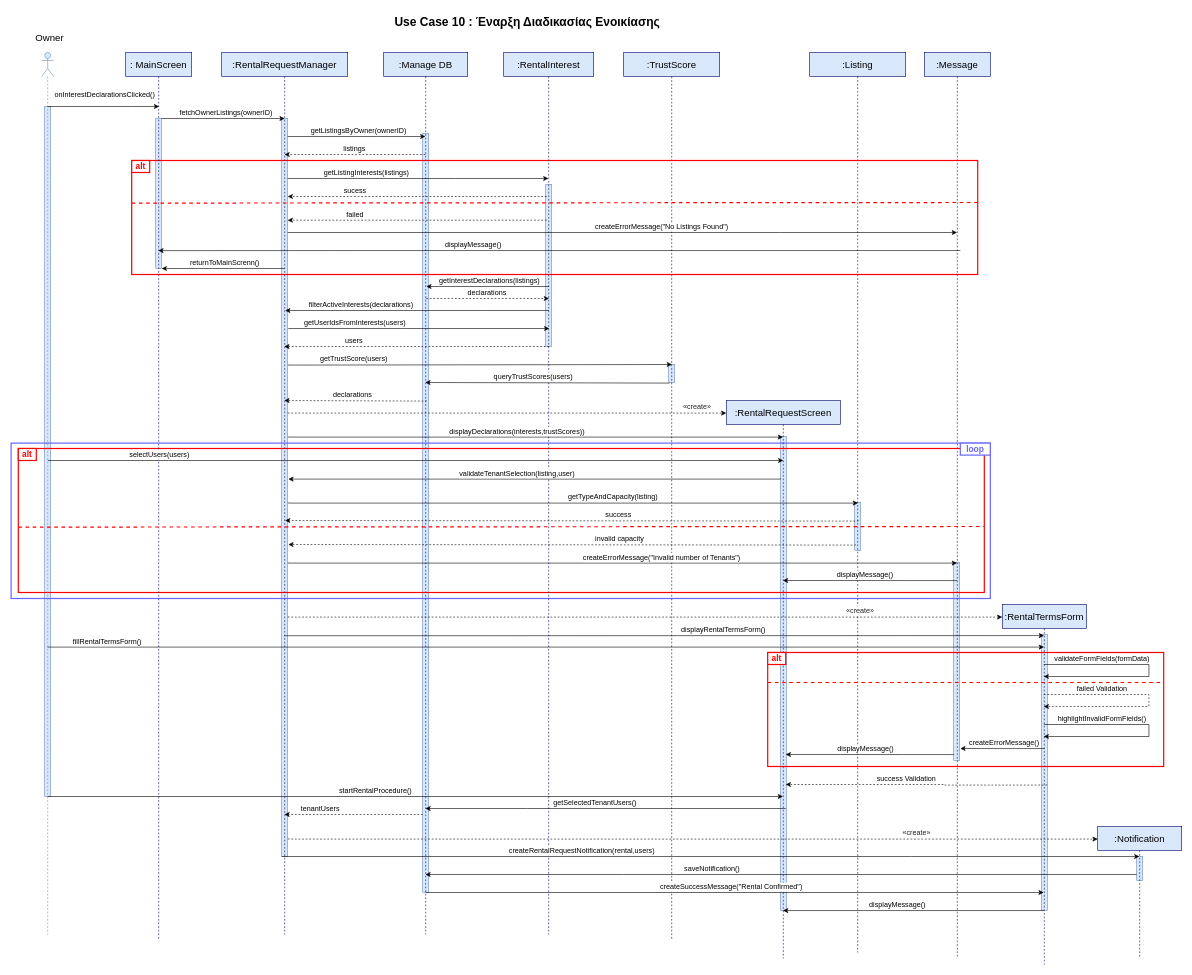
The draw.io diagram page "use-case-10" (10 of 15) of Παραδοτεο 3/sequences_new2.drawio in evelinastavropoulou/HomeLink, before the edit. Source tidied: cells renumbered, new cells numbered last; positions are measured from the earlier drawing's top-left corner, leaving out a move shared by most shapes. Both pictures are drawn from the tidied source at 60%, with x=0, y=0 at pixel (11, 10).
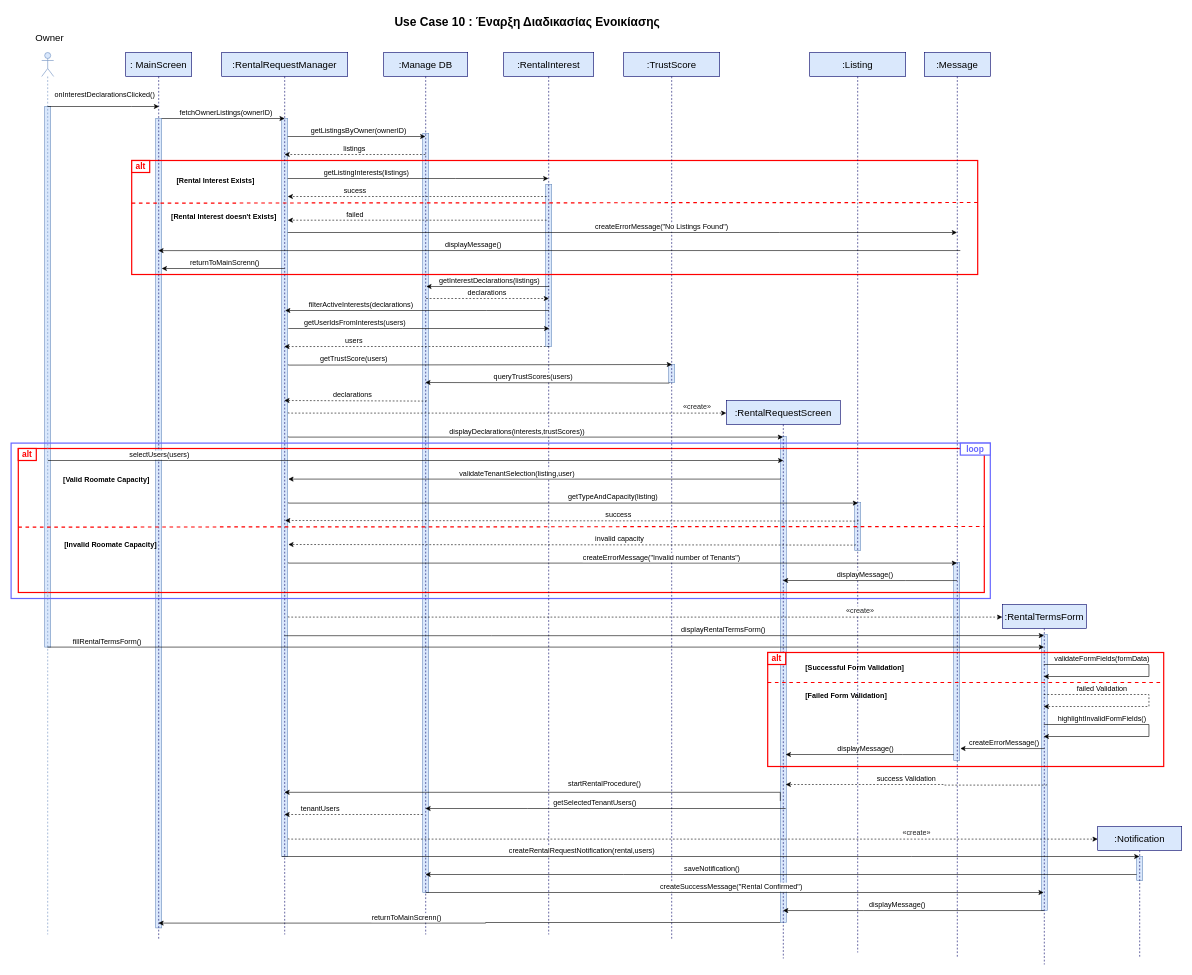
The same page after the edit.

The change refers to these unchanged cells:
```xml
<mxCell id="23" value=": MainScreen" style="shape=umlLifeline;perimeter=lifelinePerimeter;whiteSpace=wrap;html=1;outlineConnect=0;portConstraint=eastwest;newEdgeStyle={&quot;curved&quot;:0,&quot;rounded&quot;:0};fillColor=#dae8fc;strokeColor=#000066;fontSize=16;" parent="1" vertex="1">
  <mxGeometry x="191" y="70" width="110" height="1480" as="geometry" />
</mxCell>
<mxCell id="24" value=":RentalRequestManager" style="shape=umlLifeline;perimeter=lifelinePerimeter;whiteSpace=wrap;html=1;outlineConnect=0;portConstraint=eastwest;newEdgeStyle={&quot;curved&quot;:0,&quot;rounded&quot;:0};fillColor=#dae8fc;strokeColor=#000066;fontSize=16;" parent="1" vertex="1">
  <mxGeometry x="351" y="70" width="210" height="1470" as="geometry" />
</mxCell>
```

The edit, as a diff of the source:
```diff
@@
     <mxCell id="6" style="rounded=0;whiteSpace=wrap;html=1;fillColor=#dae8fc;strokeColor=#6c8ebf;" parent="1" vertex="1">
-      <mxGeometry x="1282" y="710" width="10" height="790" as="geometry" />
+      <mxGeometry x="1282" y="710" width="10" height="810" as="geometry" />
     </mxCell>
@@
     <mxCell id="11" style="rounded=0;whiteSpace=wrap;html=1;fillColor=#dae8fc;strokeColor=#6c8ebf;" parent="1" vertex="1">
-      <mxGeometry x="241" y="180" width="10" height="250" as="geometry" />
+      <mxGeometry x="241" y="180" width="10" height="1349" as="geometry" />
     </mxCell>
     <mxCell id="12" style="rounded=0;whiteSpace=wrap;html=1;fillColor=#dae8fc;strokeColor=#6c8ebf;" parent="1" vertex="1">
-      <mxGeometry x="56" y="160" width="10" height="1150" as="geometry" />
+      <mxGeometry x="56" y="160" width="10" height="901" as="geometry" />
     </mxCell>
@@
-    <mxCell id="108" style="edgeStyle=orthogonalEdgeStyle;rounded=0;orthogonalLoop=1;jettySize=auto;html=1;curved=0;" parent="1" edge="1">
+    <mxCell id="108" style="edgeStyle=orthogonalEdgeStyle;rounded=0;jettySize=auto;html=1;curved=0;exitX=0;exitY=0.75;exitDx=0;exitDy=0;" parent="1" edge="1" source="6" target="24">
       <mxGeometry relative="1" as="geometry">
-        <mxPoint x="61" y="1310" as="sourcePoint" />
-        <mxPoint x="1286.5" y="1310" as="targetPoint" />
         <Array as="points">
-          <mxPoint x="341" y="1310" />
-          <mxPoint x="341" y="1310" />
+          <mxPoint x="689" y="1303" />
+          <mxPoint x="689" y="1303" />
         </Array>
       </mxGeometry>
     </mxCell>
     <mxCell id="109" value="startRentalProcedure()" style="edgeLabel;html=1;align=center;verticalAlign=middle;fontSize=12;" parent="108" vertex="1">
       <mxGeometry x="-0.14" y="3" relative="1" as="geometry">
-        <mxPoint x="18" y="-7" as="offset" />
+        <mxPoint x="54" y="-18" as="offset" />
       </mxGeometry>
     </mxCell>
@@
+    <mxCell id="125" style="edgeStyle=orthogonalEdgeStyle;rounded=0;jettySize=auto;html=1;curved=0;" parent="1" edge="1" target="23">
+      <mxGeometry relative="1" as="geometry">
+        <mxPoint x="1282" y="1520" as="sourcePoint" />
+        <Array as="points">
+          <mxPoint x="791" y="1521" />
+        </Array>
+      </mxGeometry>
+    </mxCell>
+    <mxCell id="126" value="returnToMainScrenn()" style="edgeLabel;html=1;align=center;verticalAlign=middle;fontSize=12;" parent="125" vertex="1">
+      <mxGeometry x="0.26" relative="1" as="geometry">
+        <mxPoint x="29" y="-10" as="offset" />
+      </mxGeometry>
+    </mxCell>
+    <mxCell id="127" value="&lt;div style=&quot;text-align: center;&quot;&gt;&lt;span style=&quot;background-color: transparent; color: light-dark(rgb(0, 0, 0), rgb(255, 255, 255)); text-wrap-mode: nowrap;&quot;&gt;&lt;b&gt;[Rental Interest Exists]&lt;/b&gt;&lt;/span&gt;&lt;/div&gt;" style="text;whiteSpace=wrap;html=1;" parent="1" vertex="1">
+      <mxGeometry x="274" y="270" width="133" height="51" as="geometry" />
+    </mxCell>
+    <mxCell id="128" value="&lt;div style=&quot;text-align: center;&quot;&gt;&lt;span style=&quot;background-color: transparent; color: light-dark(rgb(0, 0, 0), rgb(255, 255, 255)); text-wrap-mode: nowrap;&quot;&gt;&lt;b&gt;[Rental Interest doesn't Exists]&lt;/b&gt;&lt;/span&gt;&lt;/div&gt;" style="text;whiteSpace=wrap;html=1;" parent="1" vertex="1">
+      <mxGeometry x="265" y="330" width="133" height="51" as="geometry" />
+    </mxCell>
+    <mxCell id="129" value="&lt;div style=&quot;text-align: center;&quot;&gt;&lt;span style=&quot;text-wrap-mode: nowrap;&quot;&gt;&lt;b&gt;[Valid Roomate Capacity]&lt;/b&gt;&lt;/span&gt;&lt;/div&gt;" style="text;whiteSpace=wrap;html=1;" parent="1" vertex="1">
+      <mxGeometry x="85" y="769" width="133" height="27" as="geometry" />
+    </mxCell>
+    <mxCell id="130" value="&lt;div style=&quot;text-align: center;&quot;&gt;&lt;span style=&quot;text-wrap-mode: nowrap;&quot;&gt;&lt;b&gt;[Invalid Roomate Capacity]&lt;/b&gt;&lt;/span&gt;&lt;/div&gt;" style="text;whiteSpace=wrap;html=1;" parent="1" vertex="1">
+      <mxGeometry x="87" y="876" width="133" height="27" as="geometry" />
+    </mxCell>
+    <mxCell id="131" value="&lt;div style=&quot;text-align: center;&quot;&gt;&lt;span style=&quot;text-wrap-mode: nowrap;&quot;&gt;&lt;b&gt;[Successful Form Validation]&lt;/b&gt;&lt;/span&gt;&lt;/div&gt;" style="text;whiteSpace=wrap;html=1;" parent="1" vertex="1">
+      <mxGeometry x="1322" y="1081" width="133" height="27" as="geometry" />
+    </mxCell>
+    <mxCell id="132" value="&lt;div style=&quot;text-align: center;&quot;&gt;&lt;span style=&quot;text-wrap-mode: nowrap;&quot;&gt;&lt;b&gt;[Failed Form Validation]&lt;/b&gt;&lt;/span&gt;&lt;/div&gt;" style="text;whiteSpace=wrap;html=1;" parent="1" vertex="1">
+      <mxGeometry x="1322" y="1128" width="133" height="27" as="geometry" />
+    </mxCell>
```
